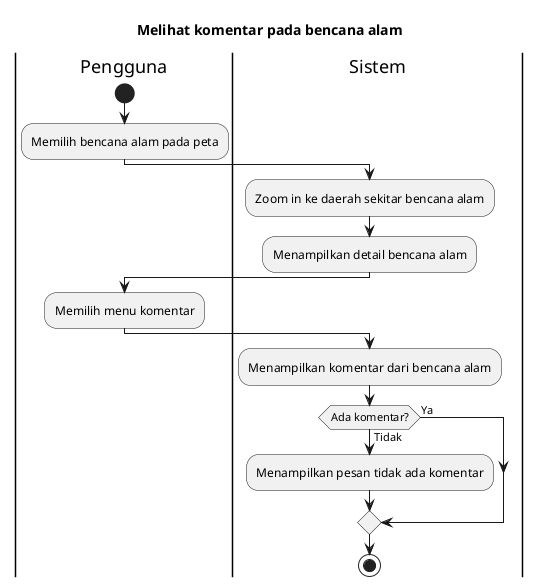
bagusNA/appl-diagrams keeps this PlantUML diagram as export/Activity Diagrams/UC-MAP - Peta Bencana/UC-MAP-009 - Melihat komentar pada bencana alam.png. Above is the earlier version. Source of this version:
```plantuml
@startuml
title Melihat komentar pada bencana alam

|Pengguna|
start
:Memilih bencana alam pada peta;

|Sistem|
:Zoom in ke daerah sekitar bencana alam;
:Menampilkan detail bencana alam;

|Pengguna|
:Memilih menu komentar;

|Sistem|
:Menampilkan komentar dari bencana alam;

if (Ada komentar?) then (Tidak)
  :Menampilkan pesan tidak ada komentar;
else (Ya)
endif

stop
@enduml
```
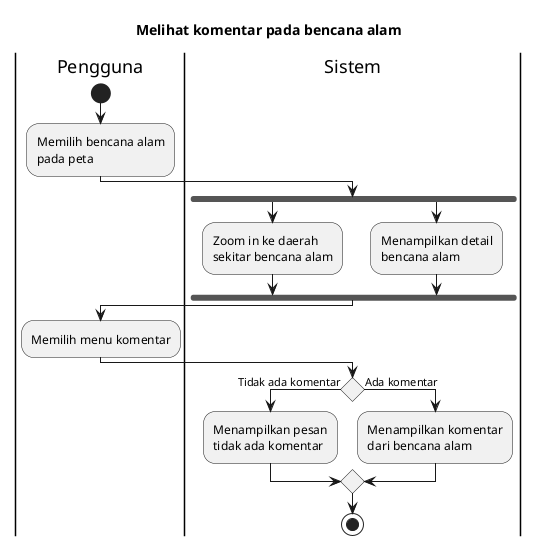
The same file after the commit.

Diff of the diagram source:
```diff
@@ -1,4 +1,6 @@
 @startuml
+skinparam wrapWidth 140
+
 title Melihat komentar pada bencana alam
 
 |Pengguna|
@@ -6,18 +8,20 @@
 :Memilih bencana alam pada peta;
 
 |Sistem|
-:Zoom in ke daerah sekitar bencana alam;
-:Menampilkan detail bencana alam;
+fork
+  :Zoom in ke daerah sekitar bencana alam;
+fork again
+  :Menampilkan detail bencana alam;
+endfork
 
 |Pengguna|
 :Memilih menu komentar;
 
 |Sistem|
-:Menampilkan komentar dari bencana alam;
-
-if (Ada komentar?) then (Tidak)
+if () then (Tidak ada komentar)
   :Menampilkan pesan tidak ada komentar;
-else (Ya)
+else (Ada komentar)
+  :Menampilkan komentar dari bencana alam;
 endif
 
 stop
```
